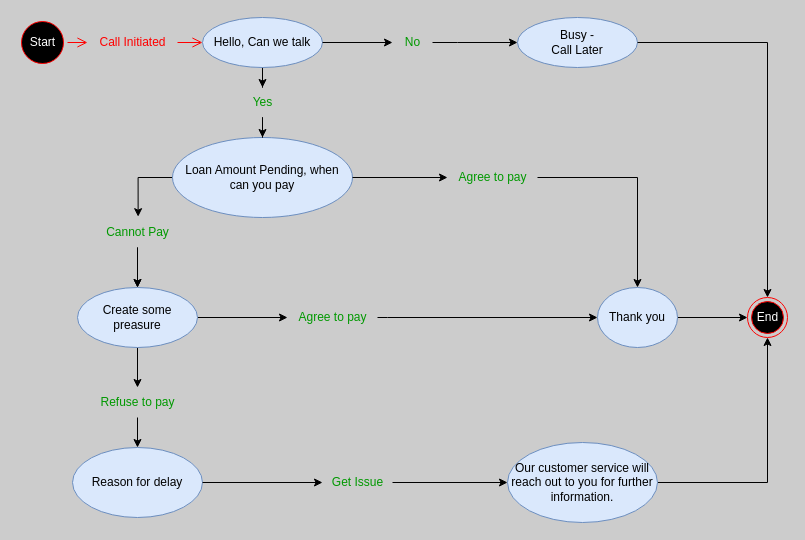
The draw.io diagram drawings/Bot Conversation Flow.drawio in PraveenChordia/draw.io, before the edit. Source tidied: cells renumbered, new cells numbered last; positions are measured from the earlier drawing's top-left corner, leaving out a move shared by most shapes. Both pictures are drawn from the tidied source at 100%, with x=0, y=0 at pixel (17, 17).
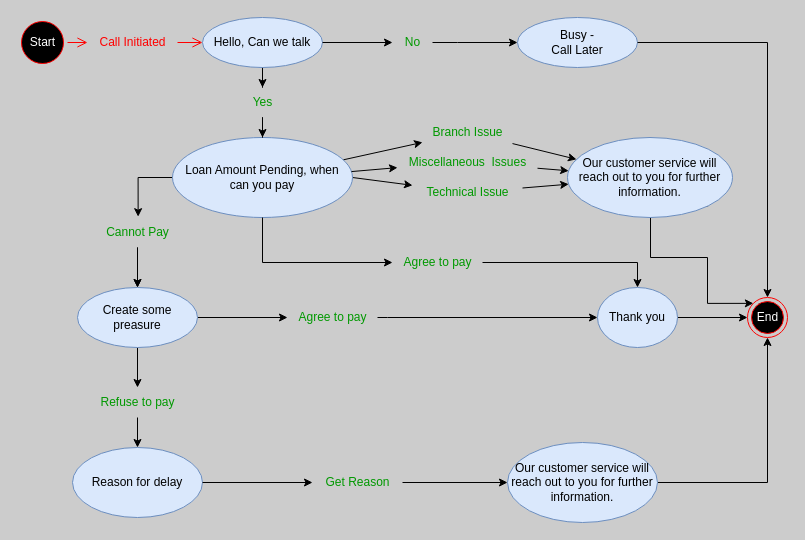
After the change.

Unchanged cells that the change refers to:
```xml
<mxCell id="8" value="Loan Amount Pending, when &lt;br&gt;can you pay" style="ellipse;whiteSpace=wrap;html=1;rounded=1;fillColor=#dae8fc;strokeColor=#6c8ebf;" parent="1" vertex="1">
  <mxGeometry x="155" y="120" width="180" height="80" as="geometry" />
</mxCell>
<mxCell id="21" value="End" style="ellipse;html=1;shape=endState;fillColor=#000000;strokeColor=#ff0000;fontColor=#FFFFFF;" parent="1" vertex="1">
  <mxGeometry x="730" y="280" width="40" height="40" as="geometry" />
</mxCell>
```

Diff of the diagram source:
```diff
@@
+    <mxCell id="39" style="rounded=0;jettySize=auto;html=1;" parent="1" edge="1" source="45" target="43">
+      <mxGeometry relative="1" as="geometry" />
+    </mxCell>
+    <mxCell id="40" style="rounded=0;jettySize=auto;html=1;exitX=1;exitY=0.5;exitDx=0;exitDy=0;" parent="1" edge="1" source="8" target="49">
+      <mxGeometry relative="1" as="geometry" />
+    </mxCell>
+    <mxCell id="41" style="rounded=0;jettySize=auto;html=1;" parent="1" edge="1" source="8" target="47">
+      <mxGeometry relative="1" as="geometry" />
+    </mxCell>
@@
-    <mxCell id="30" value="Get Issue" style="text;align=center;verticalAlign=middle;points=[];strokeColor=none;fillColor=none;fontColor=#009900;labelBackgroundColor=none;labelBorderColor=none;html=1;" parent="1" vertex="1">
-      <mxGeometry x="305" y="450" width="70" height="30" as="geometry" />
+    <mxCell id="30" value="Get Reason" style="text;align=center;verticalAlign=middle;points=[];strokeColor=none;fillColor=none;fontColor=#009900;labelBackgroundColor=none;labelBorderColor=none;html=1;" parent="1" vertex="1">
+      <mxGeometry x="295" y="450" width="90" height="30" as="geometry" />
     </mxCell>
-    <mxCell id="31" style="edgeStyle=orthogonalEdgeStyle;rounded=0;jettySize=auto;html=1;" parent="1" edge="1" source="8" target="32">
-      <mxGeometry relative="1" as="geometry" />
+    <mxCell id="31" style="edgeStyle=orthogonalEdgeStyle;rounded=0;jettySize=auto;html=1;exitX=0.5;exitY=1;exitDx=0;exitDy=0;" parent="1" edge="1" source="8" target="32">
+      <mxGeometry relative="1" as="geometry">
+        <Array as="points">
+          <mxPoint x="245" y="245" />
+        </Array>
+      </mxGeometry>
     </mxCell>
     <mxCell id="32" value="Agree to pay" style="text;align=center;verticalAlign=middle;points=[];strokeColor=none;fillColor=none;fontColor=#009900;labelBackgroundColor=none;labelBorderColor=none;html=1;" parent="1" vertex="1">
-      <mxGeometry x="430" y="145" width="90" height="30" as="geometry" />
+      <mxGeometry x="375" y="230" width="90" height="30" as="geometry" />
     </mxCell>
@@
+    <mxCell id="42" style="edgeStyle=orthogonalEdgeStyle;rounded=0;jettySize=auto;html=1;entryX=0;entryY=0;entryDx=0;entryDy=0;exitX=1;exitY=1;exitDx=0;exitDy=0;" parent="1" edge="1" source="43" target="21">
+      <mxGeometry relative="1" as="geometry">
+        <Array as="points">
+          <mxPoint x="633" y="188" />
+          <mxPoint x="633" y="240" />
+          <mxPoint x="690" y="240" />
+          <mxPoint x="690" y="286" />
+        </Array>
+      </mxGeometry>
+    </mxCell>
+    <mxCell id="43" value="Our customer service will reach out to you for further information." style="ellipse;whiteSpace=wrap;html=1;fillColor=#dae8fc;strokeColor=#6c8ebf;rounded=1;" parent="1" vertex="1">
+      <mxGeometry x="550" y="120" width="165" height="80" as="geometry" />
+    </mxCell>
+    <mxCell id="44" style="rounded=0;jettySize=auto;html=1;" parent="1" edge="1" source="8" target="45">
+      <mxGeometry relative="1" as="geometry" />
+    </mxCell>
+    <mxCell id="45" value="Miscellaneous&amp;nbsp;&amp;nbsp;Issues" style="text;align=center;verticalAlign=middle;points=[];strokeColor=none;fillColor=none;fontColor=#009900;labelBackgroundColor=none;labelBorderColor=none;html=1;" parent="1" vertex="1">
+      <mxGeometry x="380" y="130" width="140" height="30" as="geometry" />
+    </mxCell>
+    <mxCell id="46" style="rounded=0;jettySize=auto;html=1;" parent="1" edge="1" source="47" target="43">
+      <mxGeometry relative="1" as="geometry" />
+    </mxCell>
+    <mxCell id="47" value="Branch Issue" style="text;html=1;align=center;verticalAlign=middle;points=[];strokeColor=none;fillColor=none;fontColor=#009900;" parent="1" vertex="1">
+      <mxGeometry x="405" y="100" width="90" height="30" as="geometry" />
+    </mxCell>
+    <mxCell id="48" style="rounded=0;jettySize=auto;html=1;" parent="1" edge="1" source="49" target="43">
+      <mxGeometry relative="1" as="geometry" />
+    </mxCell>
+    <mxCell id="49" value="Technical Issue" style="text;html=1;align=center;verticalAlign=middle;points=[];strokeColor=none;fillColor=none;fontColor=#009900;" parent="1" vertex="1">
+      <mxGeometry x="395" y="160" width="110" height="30" as="geometry" />
+    </mxCell>
```
